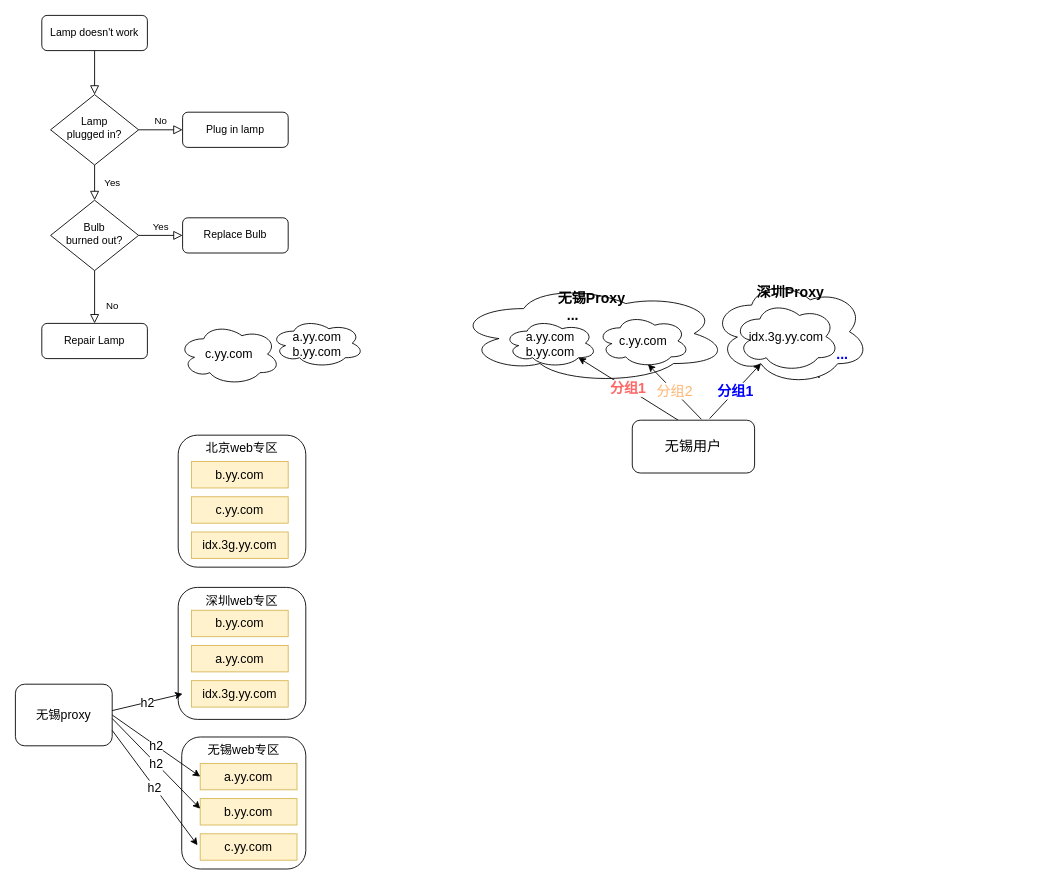
Earlier version of the draw.io diagram Untitled Diagram.drawio (zouzc/datagrams). Source tidied: cells renumbered, new cells numbered last; positions are measured from the earlier drawing's top-left corner, leaving out a move shared by most shapes. Both pictures are drawn from the tidied source at 88%, with x=0, y=0 at pixel (15, 15).
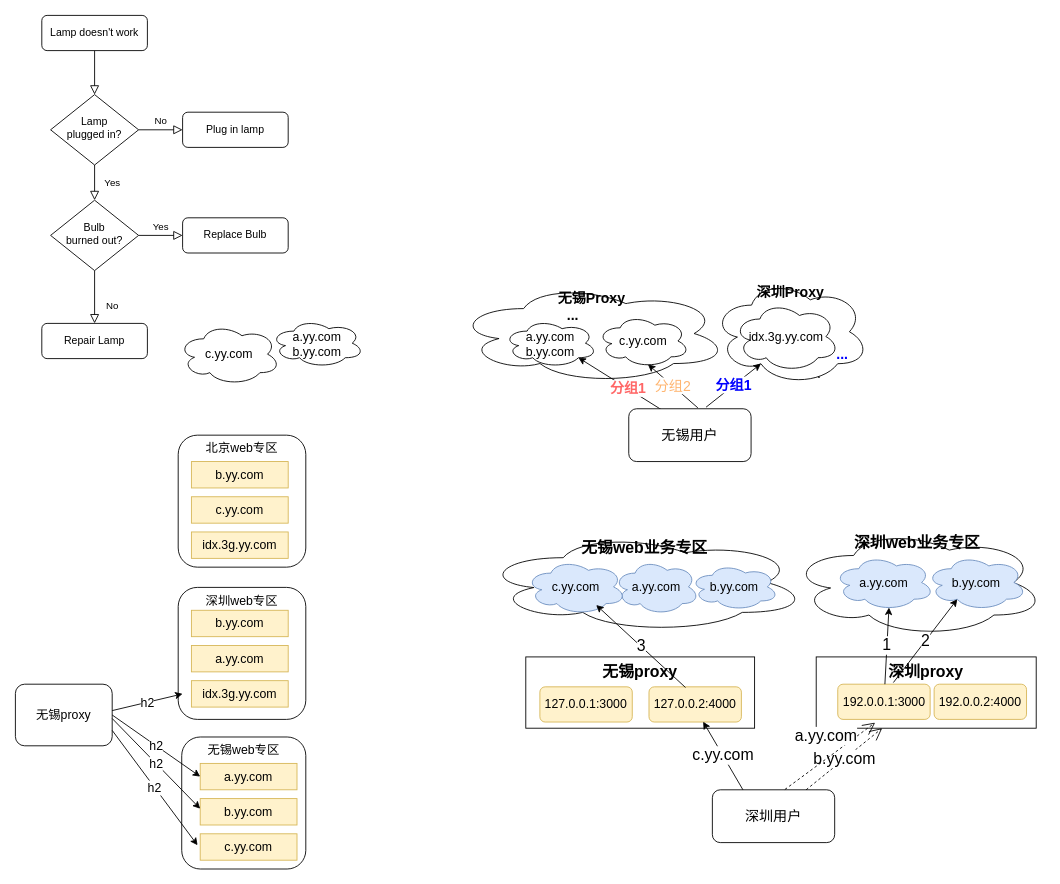
The same page after the edit.

Diff of the diagram source:
```diff
@@
+    <mxCell id="45" value="无锡web业务专区" style="ellipse;shape=cloud;whiteSpace=wrap;html=1;verticalAlign=top;fontStyle=1;fontSize=18;" parent="1" vertex="1">
+      <mxGeometry x="530" y="588" width="370" height="113" as="geometry" />
+    </mxCell>
@@
     <mxCell id="30" value="无锡用户" style="rounded=1;whiteSpace=wrap;html=1;fontSize=16;" parent="1" vertex="1">
-      <mxGeometry x="701" y="460" width="139" height="60" as="geometry" />
+      <mxGeometry x="697" y="447" width="139" height="60" as="geometry" />
     </mxCell>
@@
+    <mxCell id="46" value="深圳用户" style="rounded=1;whiteSpace=wrap;html=1;fontSize=16;" parent="1" vertex="1">
+      <mxGeometry x="792" y="880" width="139" height="60" as="geometry" />
+    </mxCell>
+    <mxCell id="47" value="&lt;font style=&quot;font-size: 14px;&quot;&gt;a.yy.com&lt;/font&gt;" style="ellipse;shape=cloud;whiteSpace=wrap;html=1;fillColor=#dae8fc;strokeColor=#6c8ebf;" parent="1" vertex="1">
+      <mxGeometry x="680" y="618" width="97" height="63" as="geometry" />
+    </mxCell>
+    <mxCell id="48" value="&lt;font style=&quot;font-size: 14px;&quot;&gt;b.yy.com&lt;/font&gt;" style="ellipse;shape=cloud;whiteSpace=wrap;html=1;fillColor=#dae8fc;strokeColor=#6c8ebf;" parent="1" vertex="1">
+      <mxGeometry x="767" y="623" width="100" height="53" as="geometry" />
+    </mxCell>
+    <mxCell id="49" value="深圳web业务专区" style="ellipse;shape=cloud;whiteSpace=wrap;html=1;verticalAlign=top;fontStyle=1;fontSize=18;" parent="1" vertex="1">
+      <mxGeometry x="880" y="583" width="290" height="123" as="geometry" />
+    </mxCell>
+    <mxCell id="50" value="&lt;font style=&quot;font-size: 14px;&quot;&gt;a.yy.com&lt;/font&gt;" style="ellipse;shape=cloud;whiteSpace=wrap;html=1;fillColor=#dae8fc;strokeColor=#6c8ebf;" parent="1" vertex="1">
+      <mxGeometry x="930" y="613" width="114" height="63" as="geometry" />
+    </mxCell>
+    <mxCell id="51" value="&lt;font style=&quot;font-size: 14px;&quot;&gt;b.yy.com&lt;/font&gt;" style="ellipse;shape=cloud;whiteSpace=wrap;html=1;fillColor=#dae8fc;strokeColor=#6c8ebf;" parent="1" vertex="1">
+      <mxGeometry x="1035" y="613" width="114" height="63" as="geometry" />
+    </mxCell>
+    <mxCell id="52" value="&lt;font style=&quot;font-size: 14px;&quot;&gt;c.yy.com&lt;/font&gt;" style="ellipse;shape=cloud;whiteSpace=wrap;html=1;fillColor=#dae8fc;strokeColor=#6c8ebf;" parent="1" vertex="1">
+      <mxGeometry x="580" y="618" width="114" height="63" as="geometry" />
+    </mxCell>
+    <mxCell id="53" value="无锡proxy" style="rounded=0;whiteSpace=wrap;html=1;fontSize=18;align=center;verticalAlign=top;fontStyle=1;horizontal=1;" parent="1" vertex="1">
+      <mxGeometry x="580" y="729" width="260" height="81" as="geometry" />
+    </mxCell>
+    <mxCell id="54" value="127.0.0.1:3000" style="rounded=1;whiteSpace=wrap;html=1;fontSize=14;fillColor=#fff2cc;strokeColor=#d6b656;" parent="1" vertex="1">
+      <mxGeometry x="596" y="763" width="105" height="40" as="geometry" />
+    </mxCell>
+    <mxCell id="55" value="127.0.0.2:4000" style="rounded=1;whiteSpace=wrap;html=1;fontSize=14;fillColor=#fff2cc;strokeColor=#d6b656;" parent="1" vertex="1">
+      <mxGeometry x="720" y="763" width="105" height="40" as="geometry" />
+    </mxCell>
+    <mxCell id="56" value="深圳proxy" style="rounded=0;whiteSpace=wrap;html=1;fontSize=18;align=center;verticalAlign=top;fontStyle=1;horizontal=1;" parent="1" vertex="1">
+      <mxGeometry x="910" y="729" width="250" height="81" as="geometry" />
+    </mxCell>
+    <mxCell id="57" value="192.0.0.1:3000" style="rounded=1;whiteSpace=wrap;html=1;fontSize=14;fillColor=#fff2cc;strokeColor=#d6b656;" parent="1" vertex="1">
+      <mxGeometry x="934.5" y="760" width="105" height="40" as="geometry" />
+    </mxCell>
+    <mxCell id="58" value="192.0.0.2:4000" style="rounded=1;whiteSpace=wrap;html=1;fontSize=14;fillColor=#fff2cc;strokeColor=#d6b656;" parent="1" vertex="1">
+      <mxGeometry x="1044" y="760" width="105" height="40" as="geometry" />
+    </mxCell>
+    <mxCell id="59" value="c.yy.com" style="endArrow=classic;html=1;rounded=0;fontSize=18;entryX=0.586;entryY=0.99;entryDx=0;entryDy=0;entryPerimeter=0;exitX=0.25;exitY=0;exitDx=0;exitDy=0;" parent="1" edge="1" source="46" target="55">
+      <mxGeometry relative="1" as="geometry" />
+    </mxCell>
+    <mxCell id="60" value="3" style="endArrow=classic;html=1;rounded=0;fontSize=18;exitX=0.395;exitY=0.019;exitDx=0;exitDy=0;exitPerimeter=0;" parent="1" edge="1" source="55">
+      <mxGeometry relative="1" as="geometry">
+        <mxPoint x="660" y="670" as="targetPoint" />
+      </mxGeometry>
+    </mxCell>
+    <mxCell id="61" value="1" style="endArrow=classic;html=1;rounded=0;fontSize=18;entryX=0.55;entryY=0.95;entryDx=0;entryDy=0;entryPerimeter=0;" parent="1" edge="1" source="57" target="50">
+      <mxGeometry relative="1" as="geometry" />
+    </mxCell>
+    <mxCell id="62" value="2" style="endArrow=classic;html=1;rounded=0;fontSize=18;exitX=0.602;exitY=-0.047;exitDx=0;exitDy=0;entryX=0.31;entryY=0.8;entryDx=0;entryDy=0;entryPerimeter=0;exitPerimeter=0;" parent="1" edge="1" source="57" target="51">
+      <mxGeometry relative="1" as="geometry" />
+    </mxCell>
+    <mxCell id="63" value="b.yy.com" style="endArrow=open;endSize=12;dashed=1;html=1;rounded=0;fontSize=18;" parent="1" edge="1" source="46" target="56">
+      <mxGeometry relative="1" as="geometry" />
+    </mxCell>
+    <mxCell id="64" value="a.yy.com" style="endArrow=open;endSize=12;dashed=1;html=1;rounded=0;fontSize=18;exitX=0.593;exitY=-0.006;exitDx=0;exitDy=0;exitPerimeter=0;" parent="1" edge="1" source="46">
+      <mxGeometry x="0.16" y="21" relative="1" as="geometry">
+        <mxPoint x="977" y="803.7" as="targetPoint" />
+      </mxGeometry>
+    </mxCell>
```
